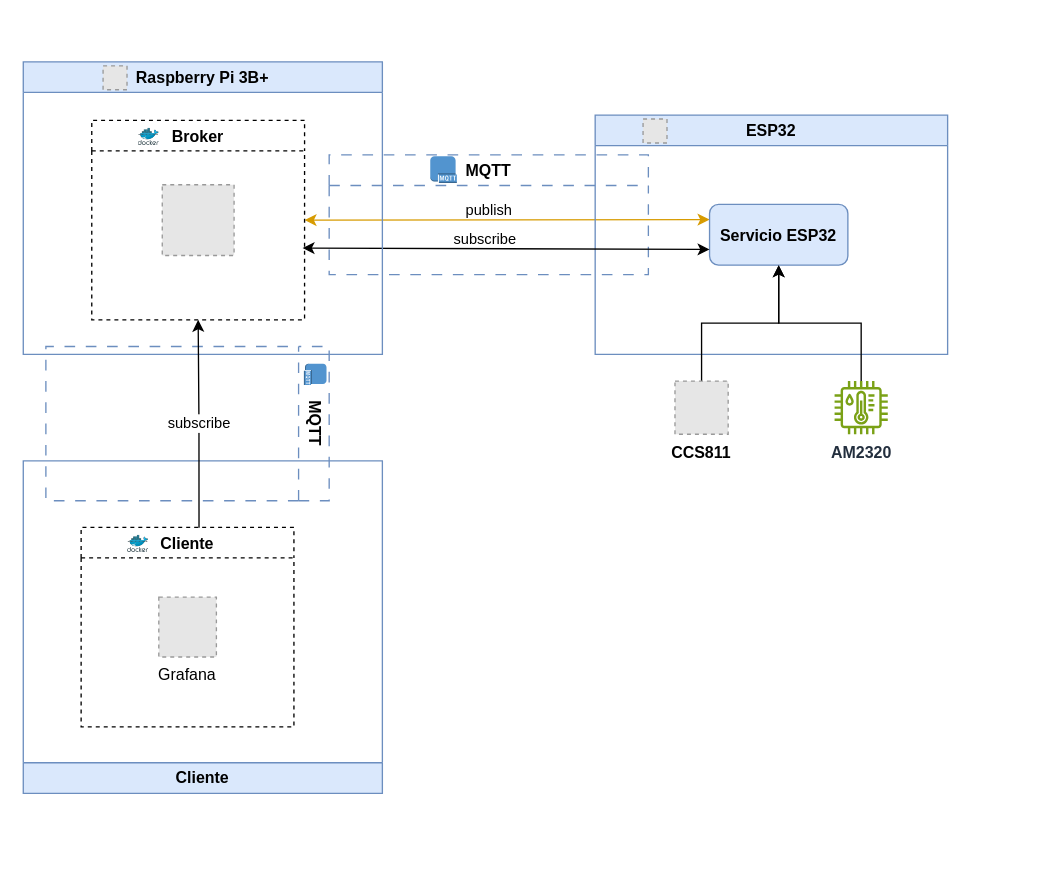
Before: DOCUMENTOS/assets/DRAWIODIAGRAMS/Arquitectura TFG.drawio in fran1215/TFG, a draw.io diagram. Source tidied: cells renumbered, new cells numbered last; positions are measured from the earlier drawing's top-left corner, leaving out a move shared by most shapes. Both pictures are drawn from the tidied source at 133%, with x=0, y=0 at pixel (23, 61). Pictures stored in the file or linked from it are replaced by grey dashed boxes.
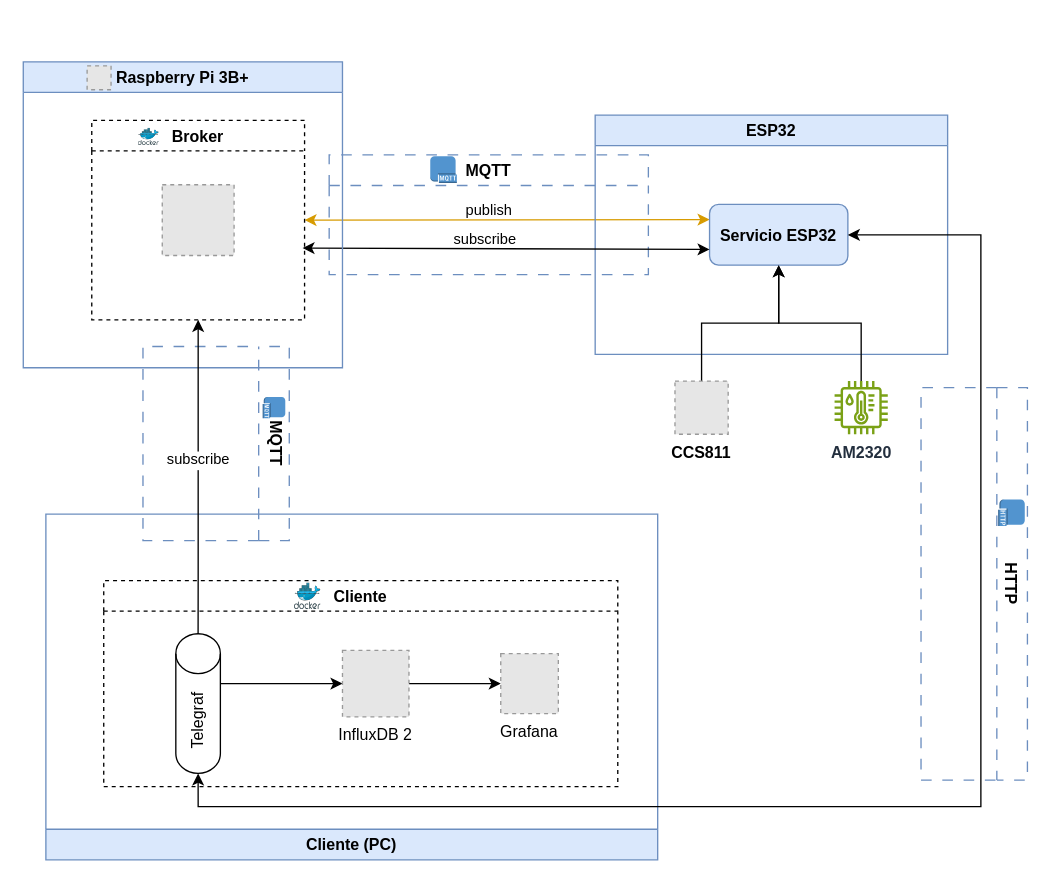
After the change.

The change refers to these unchanged cells:
```xml
<mxCell id="6" value="ESP32" style="swimlane;fillColor=#dae8fc;strokeColor=#6c8ebf;labelBorderColor=none;fontFamily=Helvetica;textDirection=ltr;" parent="1" vertex="1">
  <mxGeometry x="430" y="40" width="265" height="180" as="geometry" />
</mxCell>
<mxCell id="8" value="Servicio ESP32" style="rounded=1;fillColor=#dae8fc;strokeColor=#6c8ebf;fontStyle=1;" parent="6" vertex="1">
  <mxGeometry x="86" y="67.2" width="104" height="45.7" as="geometry" />
</mxCell>
<mxCell id="13" value="Broker" style="swimlane;dashed=1;" parent="11" vertex="1">
  <mxGeometry x="51.5" y="44" width="160" height="150" as="geometry" />
</mxCell>
```

The edit, as a diff of the source:
```diff
@@
-    <mxCell id="7" value="&lt;div&gt;&lt;br&gt;&lt;/div&gt;&lt;div&gt;&lt;br&gt;&lt;/div&gt;" style="fillColor=#E6E6E6;strokeColor=#999999;dashed=1;html=1;verticalAlign=bottom;verticalLabelPosition=top;labelBackgroundColor=#ffffff;labelPosition=center;align=center;" parent="6" vertex="1">
-      <mxGeometry x="36" y="3" width="18" height="18" as="geometry" />
-    </mxCell>
@@
     <mxCell id="11" value="Raspberry Pi 3B+" style="swimlane;fillColor=#dae8fc;strokeColor=#6c8ebf;labelBorderColor=none;fontFamily=Helvetica;textDirection=ltr;" parent="1" vertex="1">
-      <mxGeometry width="270" height="220" as="geometry" />
+      <mxGeometry width="240" height="230" as="geometry" />
     </mxCell>
     <mxCell id="12" value="&lt;div&gt;&lt;br&gt;&lt;/div&gt;&lt;div&gt;&lt;br&gt;&lt;/div&gt;" style="fillColor=#E6E6E6;strokeColor=#999999;dashed=1;html=1;verticalAlign=bottom;verticalLabelPosition=top;labelBackgroundColor=#ffffff;labelPosition=center;align=center;" parent="11" vertex="1">
-      <mxGeometry x="60" y="3" width="18" height="18" as="geometry" />
+      <mxGeometry x="48" y="3" width="18" height="18" as="geometry" />
     </mxCell>
@@
+    <mxCell id="28" value="HTTP" style="swimlane;whiteSpace=wrap;html=1;fillColor=none;strokeColor=#6c8ebf;dashed=1;dashPattern=8 8;rotation=90;" parent="11" vertex="1">
+      <mxGeometry x="567.5" y="352.5" width="295" height="80" as="geometry" />
+    </mxCell>
@@
-    <mxCell id="20" value="&lt;div&gt;Cliente&lt;/div&gt;" style="swimlane;whiteSpace=wrap;html=1;fillColor=#dae8fc;strokeColor=#6c8ebf;flipV=1;" parent="1" vertex="1">
-      <mxGeometry y="300" width="270" height="250" as="geometry" />
+    <mxCell id="20" value="Cliente (PC)" style="swimlane;whiteSpace=wrap;html=1;fillColor=#dae8fc;strokeColor=#6c8ebf;flipV=1;" parent="1" vertex="1">
+      <mxGeometry x="17" y="340" width="460" height="260" as="geometry" />
     </mxCell>
     <mxCell id="21" value="Cliente" style="swimlane;dashed=1;" parent="20" vertex="1">
-      <mxGeometry x="43.5" y="50" width="160" height="150" as="geometry" />
+      <mxGeometry x="43.5" y="50" width="386.5" height="155" as="geometry" />
     </mxCell>
     <mxCell id="22" style="image;sketch=0;html=1;align=center;fontSize=12;image=img/lib/mscae/Docker.svg;" parent="21" vertex="1">
-      <mxGeometry x="35" y="6" width="15.9" height="13" as="geometry" />
+      <mxGeometry x="143.5" y="2" width="20" height="20" as="geometry" />
     </mxCell>
     <mxCell id="23" value="Grafana" style="fillColor=#E6E6E6;strokeColor=#999999;dashed=1;verticalLabelPosition=bottom;labelBackgroundColor=default;verticalAlign=top;" parent="21" vertex="1">
-      <mxGeometry x="58.4" y="52.5" width="43.3" height="45" as="geometry" />
+      <mxGeometry x="298.5" y="55" width="43.3" height="45" as="geometry" />
     </mxCell>
+    <mxCell id="29" style="edgeStyle=orthogonalEdgeStyle;rounded=0;jettySize=auto;html=1;entryX=0;entryY=0.5;entryDx=0;entryDy=0;" parent="21" edge="1" source="30" target="32">
+      <mxGeometry relative="1" as="geometry">
+        <Array as="points">
+          <mxPoint x="134" y="78" />
+        </Array>
+      </mxGeometry>
+    </mxCell>
+    <mxCell id="30" value="&lt;div&gt;Telegraf&lt;/div&gt;" style="shape=cylinder3;whiteSpace=wrap;html=1;boundedLbl=1;backgroundOutline=1;size=15;rotation=0;flipH=0;flipV=0;textDirection=ltr;direction=east;horizontal=0;" parent="21" vertex="1">
+      <mxGeometry x="54.2" y="40" width="33.5" height="105" as="geometry" />
+    </mxCell>
+    <mxCell id="31" style="edgeStyle=orthogonalEdgeStyle;rounded=0;jettySize=auto;html=1;entryX=0;entryY=0.5;entryDx=0;entryDy=0;" parent="21" edge="1" source="32" target="23">
+      <mxGeometry relative="1" as="geometry" />
+    </mxCell>
+    <mxCell id="32" value="InfluxDB 2" style="fillColor=#E6E6E6;strokeColor=#999999;dashed=1;verticalLabelPosition=bottom;labelBackgroundColor=default;verticalAlign=top;" parent="21" vertex="1">
+      <mxGeometry x="179.5" y="52.5" width="50" height="50" as="geometry" />
+    </mxCell>
     <mxCell id="24" value="MQTT" style="swimlane;whiteSpace=wrap;html=1;fillColor=none;strokeColor=#6c8ebf;dashed=1;dashPattern=8 8;direction=north;textDirection=vertical-lr;flipH=1;" parent="1" vertex="1">
-      <mxGeometry x="17" y="214" width="213" height="116" as="geometry" />
+      <mxGeometry x="90" y="214" width="110" height="146" as="geometry" />
     </mxCell>
     <mxCell id="25" style="dashed=0;verticalLabelPosition=bottom;verticalAlign=top;align=center;html=1;shape=mxgraph.aws3.mqtt_protocol;fillColor=#5294CF;gradientColor=none;direction=south;" parent="24" vertex="1">
-      <mxGeometry x="194" y="13" width="17" height="16" as="geometry" />
+      <mxGeometry x="90" y="38" width="17" height="16" as="geometry" />
     </mxCell>
-    <mxCell id="26" style="edgeStyle=orthogonalEdgeStyle;rounded=0;jettySize=auto;exitX=0.5;exitY=1;exitDx=0;exitDy=0;entryX=0.554;entryY=0.002;entryDx=0;entryDy=0;entryPerimeter=0;startArrow=classic;startFill=1;endArrow=none;endFill=0;" parent="1" edge="1" source="13" target="21">
+    <mxCell id="26" style="edgeStyle=orthogonalEdgeStyle;rounded=0;jettySize=auto;exitX=0.5;exitY=1;exitDx=0;exitDy=0;entryX=0.5;entryY=0;entryDx=0;entryDy=0;entryPerimeter=0;startArrow=classic;startFill=1;endArrow=none;endFill=0;" parent="1" edge="1" source="13" target="30">
       <mxGeometry relative="1" as="geometry">
         <Array as="points">
-          <mxPoint x="132" y="272" />
-          <mxPoint x="132" y="272" />
-          <mxPoint x="132" y="350" />
+          <mxPoint x="132" y="390" />
         </Array>
       </mxGeometry>
     </mxCell>
     <mxCell id="27" value="subscribe" style="edgeLabel;align=center;verticalAlign=middle;" parent="26" vertex="1">
       <mxGeometry x="0.25" relative="1" as="geometry">
-        <mxPoint y="-21" as="offset" />
+        <mxPoint y="-44" as="offset" />
       </mxGeometry>
     </mxCell>
+    <mxCell id="33" style="edgeStyle=orthogonalEdgeStyle;rounded=0;jettySize=auto;html=1;entryX=0.5;entryY=1;entryDx=0;entryDy=0;entryPerimeter=0;startArrow=classic;startFill=1;" parent="1" edge="1" source="8" target="30">
+      <mxGeometry relative="1" as="geometry">
+        <Array as="points">
+          <mxPoint x="720" y="130" />
+          <mxPoint x="720" y="560" />
+          <mxPoint x="132" y="560" />
+        </Array>
+      </mxGeometry>
+    </mxCell>
+    <mxCell id="34" style="dashed=0;verticalLabelPosition=bottom;verticalAlign=top;align=center;html=1;shape=mxgraph.aws3.http_protocol;fillColor=#5294CF;gradientColor=none;rotation=90;" parent="1" vertex="1">
+      <mxGeometry x="733" y="329" width="20" height="20" as="geometry" />
+    </mxCell>
```
